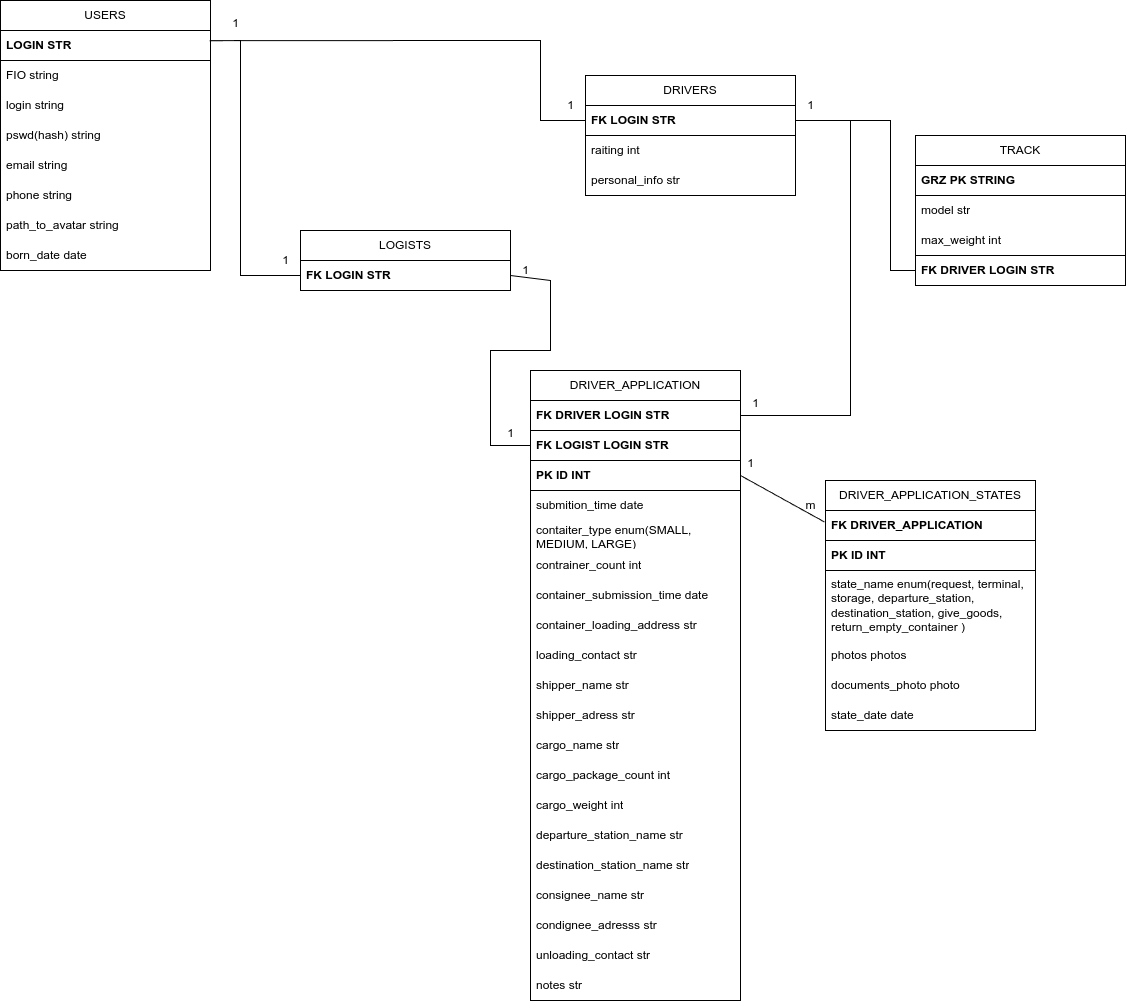
This is database.drawio.png from qqcabQQcabow/windows, a draw.io export, as it was before one commit. Source tidied: cells renumbered, new cells last; positions are measured from the earlier drawing's top-left corner, leaving out a move shared by most shapes.
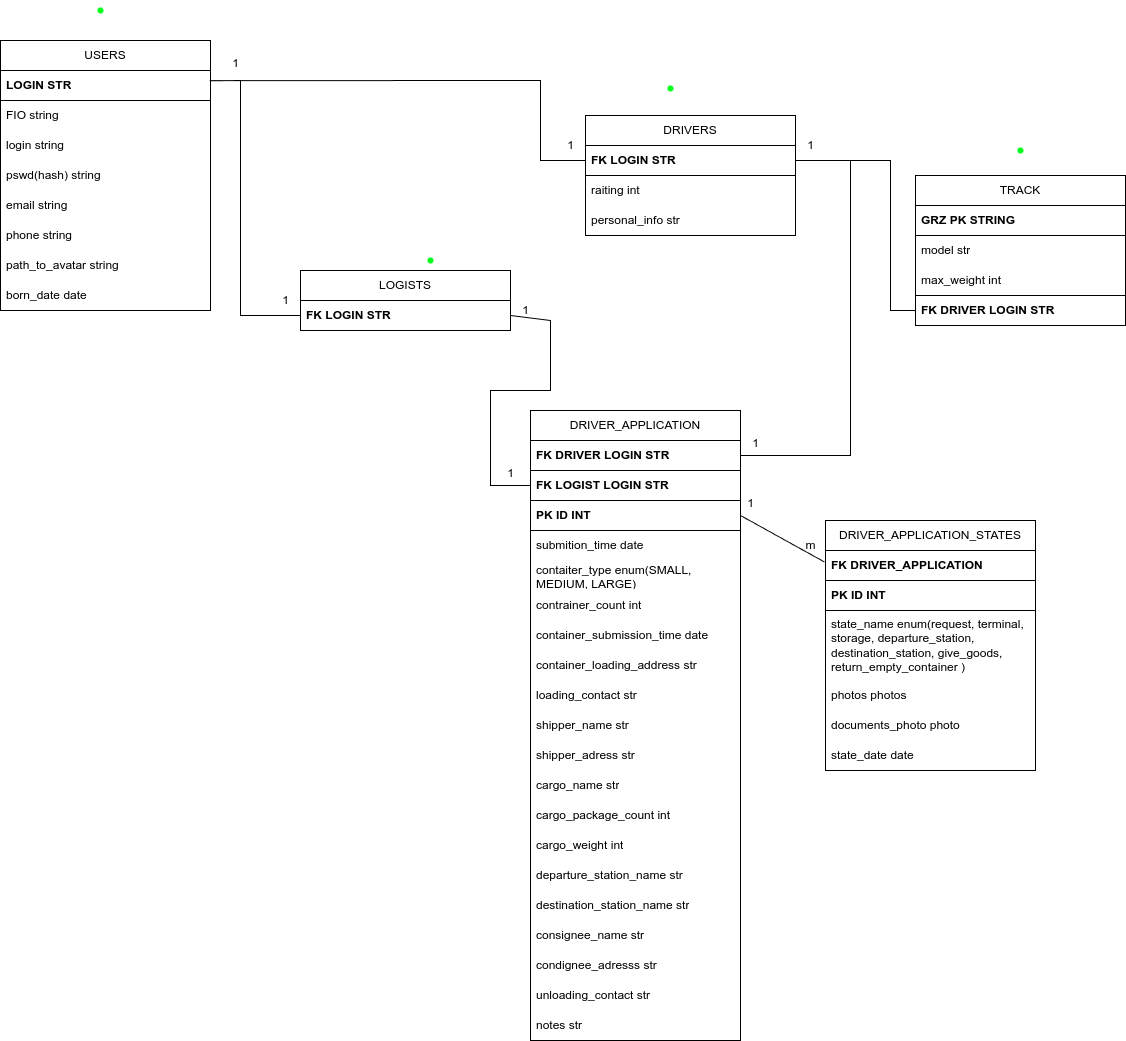
Later version of the same file.

Change to the diagram source:
```diff
@@ -219,5 +219,17 @@
         </Array>
       </mxGeometry>
     </mxCell>
+    <mxCell id="65" style="shape=waypoint;sketch=0;size=6;fillColor=none;perimeter=centerPerimeter;strokeColor=#00FF19;" parent="1" vertex="1">
+      <mxGeometry x="90" y="-40" width="20" height="20" as="geometry" />
+    </mxCell>
+    <mxCell id="66" style="shape=waypoint;sketch=0;size=6;fillColor=none;perimeter=centerPerimeter;strokeColor=#00FF19;" parent="1" vertex="1">
+      <mxGeometry x="660" y="38" width="20" height="20" as="geometry" />
+    </mxCell>
+    <mxCell id="67" style="shape=waypoint;sketch=0;size=6;fillColor=none;perimeter=centerPerimeter;strokeColor=#00FF19;" parent="1" vertex="1">
+      <mxGeometry x="420" y="210" width="20" height="20" as="geometry" />
+    </mxCell>
+    <mxCell id="68" style="shape=waypoint;sketch=0;size=6;fillColor=none;perimeter=centerPerimeter;strokeColor=#00FF19;" parent="1" vertex="1">
+      <mxGeometry x="1010" y="100" width="20" height="20" as="geometry" />
+    </mxCell>
   </root>
 </mxGraphModel>
```
